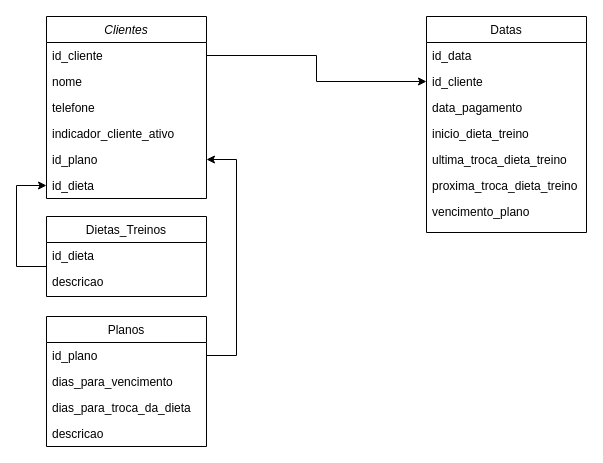
This is draws/Monkey-consulting.drawio from gbuenor73/monkey-consult, a draw.io file, before an edit. Source tidied: cells renumbered, new cells numbered last; positions are measured from the earlier drawing's top-left corner, leaving out a move shared by most shapes. Both pictures are drawn from the tidied source at 100%, with x=0, y=0 at pixel (16, 16).
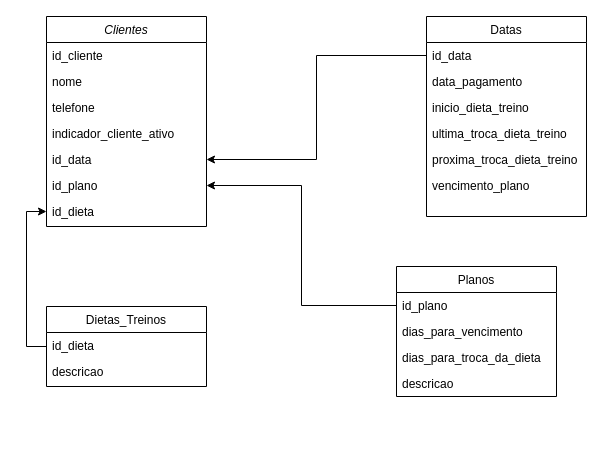
Above is the later version.

Unchanged cells that the change refers to:
```xml
<mxCell id="3" value="id_cliente" style="text;align=left;verticalAlign=top;spacingLeft=4;spacingRight=4;overflow=hidden;points=[[0,0.5],[1,0.5]];portConstraint=eastwest;" parent="2" vertex="1">
  <mxGeometry y="26" width="160" height="26" as="geometry" />
</mxCell>
<mxCell id="15" value="id_plano" style="text;align=left;verticalAlign=top;spacingLeft=4;spacingRight=4;overflow=hidden;points=[[0,0.5],[1,0.5]];portConstraint=eastwest;" parent="14" vertex="1">
  <mxGeometry y="26" width="160" height="26" as="geometry" />
</mxCell>
<mxCell id="21" value="id_data" style="text;align=left;verticalAlign=top;spacingLeft=4;spacingRight=4;overflow=hidden;points=[[0,0.5],[1,0.5]];portConstraint=eastwest;" parent="20" vertex="1">
  <mxGeometry y="26" width="160" height="26" as="geometry" />
</mxCell>
```

What changed in the source:
```diff
@@
     <mxCell id="2" value="Clientes" style="swimlane;fontStyle=2;align=center;verticalAlign=top;horizontal=1;startSize=26;rounded=0;shadow=0;strokeWidth=1;" parent="1" vertex="1">
-      <mxGeometry x="30" width="160" height="182" as="geometry" />
+      <mxGeometry x="30" width="160" height="210" as="geometry" />
     </mxCell>
@@
+    <mxCell id="28" value="id_data" style="text;align=left;verticalAlign=top;spacingLeft=4;spacingRight=4;overflow=hidden;points=[[0,0.5],[1,0.5]];portConstraint=eastwest;rounded=0;shadow=0;html=0;" parent="2" vertex="1">
+      <mxGeometry y="130" width="160" height="26" as="geometry" />
+    </mxCell>
     <mxCell id="7" value="id_plano" style="text;align=left;verticalAlign=top;spacingLeft=4;spacingRight=4;overflow=hidden;points=[[0,0.5],[1,0.5]];portConstraint=eastwest;rounded=0;shadow=0;html=0;" parent="2" vertex="1">
-      <mxGeometry y="130" width="160" height="26" as="geometry" />
+      <mxGeometry y="156" width="160" height="26" as="geometry" />
     </mxCell>
     <mxCell id="8" value="id_dieta" style="text;align=left;verticalAlign=top;spacingLeft=4;spacingRight=4;overflow=hidden;points=[[0,0.5],[1,0.5]];portConstraint=eastwest;rounded=0;shadow=0;html=0;" parent="2" vertex="1">
-      <mxGeometry y="156" width="160" height="26" as="geometry" />
+      <mxGeometry y="182" width="160" height="26" as="geometry" />
     </mxCell>
     <mxCell id="9" style="edgeStyle=orthogonalEdgeStyle;rounded=0;jettySize=auto;html=1;entryX=0;entryY=0.5;entryDx=0;entryDy=0;" parent="1" edge="1" source="10" target="8">
       <mxGeometry relative="1" as="geometry">
         <Array as="points">
-          <mxPoint y="250" />
-          <mxPoint y="169" />
+          <mxPoint x="10" y="330" />
+          <mxPoint x="10" y="195" />
         </Array>
       </mxGeometry>
     </mxCell>
     <mxCell id="10" value="Dietas_Treinos" style="swimlane;fontStyle=0;align=center;verticalAlign=top;horizontal=1;startSize=26;rounded=0;shadow=0;strokeWidth=1;" parent="1" vertex="1">
-      <mxGeometry x="30" y="200" width="160" height="80" as="geometry" />
+      <mxGeometry x="30" y="290" width="160" height="80" as="geometry" />
     </mxCell>
@@
-    <mxCell id="13" style="edgeStyle=orthogonalEdgeStyle;rounded=0;jettySize=auto;html=1;entryX=1;entryY=0.5;entryDx=0;entryDy=0;exitX=1;exitY=0.5;exitDx=0;exitDy=0;" parent="1" edge="1" source="15" target="7">
-      <mxGeometry relative="1" as="geometry">
-        <Array as="points">
-          <mxPoint x="220" y="339" />
-          <mxPoint x="220" y="143" />
-        </Array>
-      </mxGeometry>
+    <mxCell id="13" style="edgeStyle=orthogonalEdgeStyle;rounded=0;jettySize=auto;html=1;entryX=1;entryY=0.5;entryDx=0;entryDy=0;" parent="1" edge="1" source="15" target="7">
+      <mxGeometry relative="1" as="geometry" />
     </mxCell>
     <mxCell id="14" value="Planos" style="swimlane;fontStyle=0;align=center;verticalAlign=top;horizontal=1;startSize=26;rounded=0;shadow=0;strokeWidth=1;" parent="1" vertex="1">
-      <mxGeometry x="30" y="300" width="160" height="130" as="geometry" />
+      <mxGeometry x="380" y="250" width="160" height="130" as="geometry" />
     </mxCell>
@@
-    <mxCell id="19" style="edgeStyle=orthogonalEdgeStyle;rounded=0;jettySize=auto;html=1;entryX=0;entryY=0.5;entryDx=0;entryDy=0;exitX=1;exitY=0.5;exitDx=0;exitDy=0;" parent="1" edge="1" source="3" target="22">
-      <mxGeometry relative="1" as="geometry" />
-    </mxCell>
     <mxCell id="20" value="Datas" style="swimlane;fontStyle=0;align=center;verticalAlign=top;horizontal=1;startSize=26;rounded=0;shadow=0;strokeWidth=1;" parent="1" vertex="1">
-      <mxGeometry x="410" width="160" height="216" as="geometry" />
+      <mxGeometry x="410" width="160" height="200" as="geometry" />
     </mxCell>
@@
-    <mxCell id="22" value="id_cliente" style="text;align=left;verticalAlign=top;spacingLeft=4;spacingRight=4;overflow=hidden;points=[[0,0.5],[1,0.5]];portConstraint=eastwest;rounded=0;shadow=0;html=0;" parent="20" vertex="1">
-      <mxGeometry y="52" width="160" height="26" as="geometry" />
-    </mxCell>
     <mxCell id="23" value="data_pagamento" style="text;align=left;verticalAlign=top;spacingLeft=4;spacingRight=4;overflow=hidden;rounded=0;shadow=0;html=0;" parent="20" vertex="1">
-      <mxGeometry y="78" width="160" height="26" as="geometry" />
+      <mxGeometry y="52" width="160" height="26" as="geometry" />
     </mxCell>
     <mxCell id="24" value="inicio_dieta_treino" style="text;align=left;verticalAlign=top;spacingLeft=4;spacingRight=4;overflow=hidden;rounded=0;shadow=0;html=0;" parent="20" vertex="1">
-      <mxGeometry y="104" width="160" height="26" as="geometry" />
+      <mxGeometry y="78" width="160" height="26" as="geometry" />
     </mxCell>
     <mxCell id="25" value="ultima_troca_dieta_treino" style="text;align=left;verticalAlign=top;spacingLeft=4;spacingRight=4;overflow=hidden;rounded=0;shadow=0;html=0;" parent="20" vertex="1">
-      <mxGeometry y="130" width="160" height="26" as="geometry" />
+      <mxGeometry y="104" width="160" height="26" as="geometry" />
     </mxCell>
     <mxCell id="26" value="proxima_troca_dieta_treino" style="text;align=left;verticalAlign=top;spacingLeft=4;spacingRight=4;overflow=hidden;" parent="20" vertex="1">
-      <mxGeometry y="156" width="160" height="26" as="geometry" />
+      <mxGeometry y="130" width="160" height="26" as="geometry" />
     </mxCell>
     <mxCell id="27" value="vencimento_plano" style="text;align=left;verticalAlign=top;spacingLeft=4;spacingRight=4;overflow=hidden;" parent="20" vertex="1">
-      <mxGeometry y="182" width="160" height="26" as="geometry" />
+      <mxGeometry y="156" width="160" height="26" as="geometry" />
     </mxCell>
+    <mxCell id="19" style="edgeStyle=orthogonalEdgeStyle;rounded=0;jettySize=auto;html=1;" parent="1" edge="1" source="21" target="28">
+      <mxGeometry relative="1" as="geometry" />
+    </mxCell>
```
